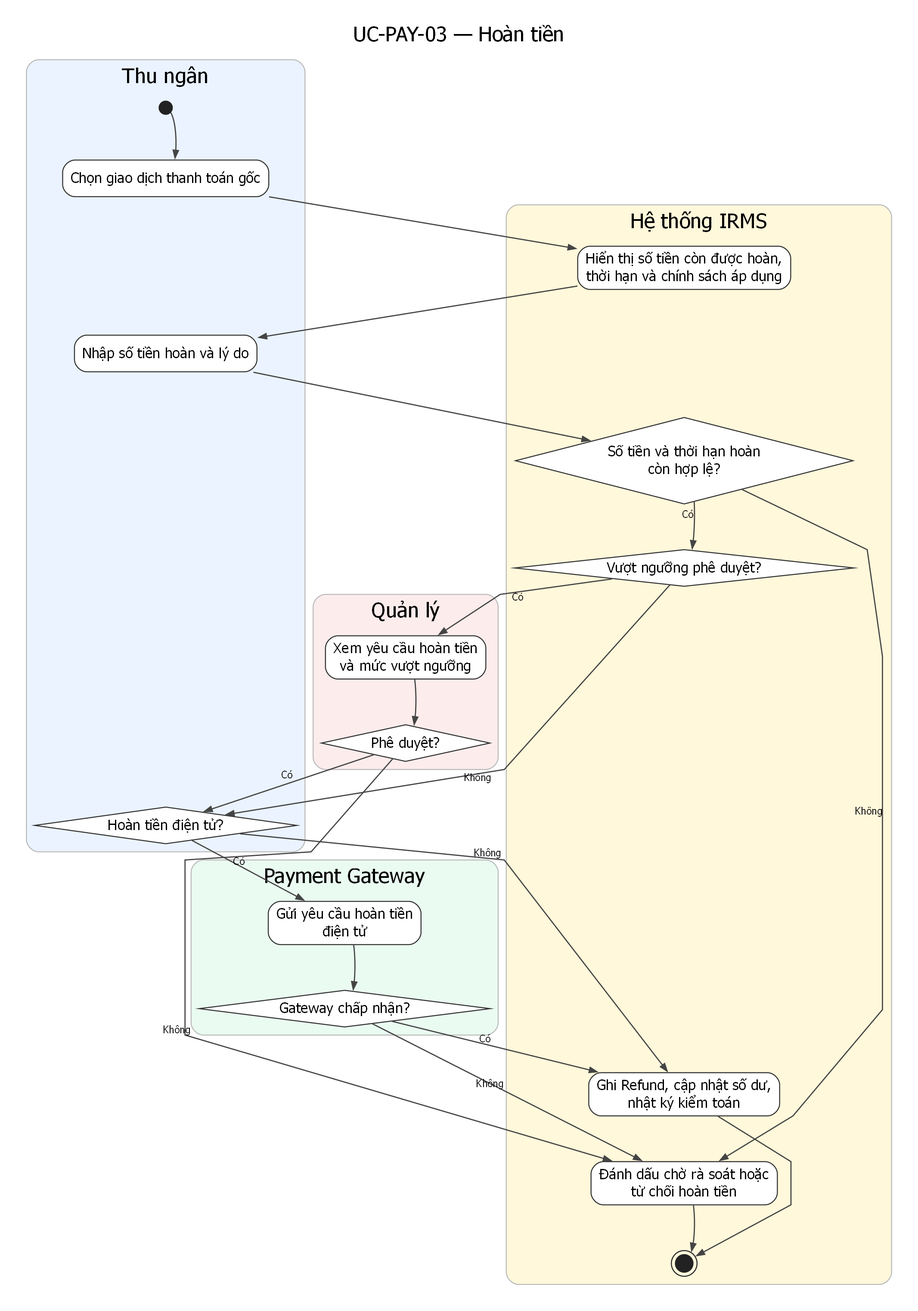
Above: assets/diagrams/rendered/activity/uc-pay-03-refund.png in lehoangluan1/SA_IRMS (Graphviz), before the change. Its source is kept beside it as assets/diagrams/source/activity/uc-pay-03-refund.dot. The source it was exported from:
```dot
digraph G {
  graph [rankdir=TB, newrank=true, splines=polyline, nodesep=0.38, ranksep=0.62, pad=0.25, dpi=170, bgcolor="white", fontname="DejaVu Sans"];
  node [fontname="DejaVu Sans"];
  edge [fontname="DejaVu Sans", fontsize=10, color="#444444", penwidth=1.15, arrowsize=0.75];
  labelloc="t"; labeljust="c"; fontsize=20; fontname="DejaVu Sans"; label="UC-PAY-03 — Hoàn tiền";

  subgraph cluster_l1 {
    style="rounded,filled";
    fillcolor="#EAF3FF"; color="#BBBBBB";
    label="Thu ngân";
    n0 [shape=circle, label="", width=0.18, height=0.18, fixedsize=true, style=filled, fillcolor="#222222", color="#222222"];
    n1 [label="Chọn giao dịch thanh toán gốc", shape=rect, style="rounded,filled", fillcolor="white", color="#333333"];
    n3 [label="Nhập số tiền hoàn và lý do", shape=rect, style="rounded,filled", fillcolor="white", color="#333333"];
    n6 [label="Hoàn tiền điện tử?", shape=diamond, style="filled", fillcolor="white", color="#333333"];
    n0 -> n1 -> n3 -> n6 [style=invis, weight=20];
  }

  subgraph cluster_l2 {
    style="rounded,filled";
    fillcolor="#FFF8DB"; color="#BBBBBB";
    label="Hệ thống IRMS";
    n2 [label="Hiển thị số tiền còn được hoàn,\nthời hạn và chính sách áp dụng", shape=rect, style="rounded,filled", fillcolor="white", color="#333333"];
    n4 [label="Số tiền và thời hạn hoàn\ncòn hợp lệ?", shape=diamond, style="filled", fillcolor="white", color="#333333"];
    n5 [label="Vượt ngưỡng phê duyệt?", shape=diamond, style="filled", fillcolor="white", color="#333333"];
    n11 [label="Ghi Refund, cập nhật số dư,\nnhật ký kiểm toán", shape=rect, style="rounded,filled", fillcolor="white", color="#333333"];
    n12 [label="Đánh dấu chờ rà soát hoặc\ntừ chối hoàn tiền", shape=rect, style="rounded,filled", fillcolor="white", color="#333333"];
    n13 [shape=doublecircle, label="", width=0.24, height=0.24, fixedsize=true, style=filled, fillcolor="#222222", color="#222222"];
    n2 -> n4 -> n5 -> n11 -> n12 -> n13 [style=invis, weight=20];
  }

  subgraph cluster_l3 {
    style="rounded,filled";
    fillcolor="#FDECEC"; color="#BBBBBB";
    label="Quản lý";
    n7 [label="Xem yêu cầu hoàn tiền\nvà mức vượt ngưỡng", shape=rect, style="rounded,filled", fillcolor="white", color="#333333"];
    n8 [label="Phê duyệt?", shape=diamond, style="filled", fillcolor="white", color="#333333"];
    n7 -> n8 [style=invis, weight=20];
  }

  subgraph cluster_l4 {
    style="rounded,filled";
    fillcolor="#EAFBF1"; color="#BBBBBB";
    label="Payment Gateway";
    n9 [label="Gửi yêu cầu hoàn tiền\nđiện tử", shape=rect, style="rounded,filled", fillcolor="white", color="#333333"];
    n10 [label="Gateway chấp nhận?", shape=diamond, style="filled", fillcolor="white", color="#333333"];
    n9 -> n10 [style=invis, weight=20];
  }

  n0 -> n1;
  n1 -> n2;
  n2 -> n3;
  n3 -> n4;
  n4 -> n5 [xlabel="Có"];
  n4 -> n12 [xlabel="Không"];
  n5 -> n7 [xlabel="Có"];
  n5 -> n6 [xlabel="Không"];
  n7 -> n8;
  n8 -> n6 [xlabel="Có"];
  n8 -> n12 [xlabel="Không"];
  n6 -> n9 [xlabel="Có"];
  n6 -> n11 [xlabel="Không"];
  n9 -> n10;
  n10 -> n11 [xlabel="Có"];
  n10 -> n12 [xlabel="Không"];
  n11 -> n13;
  n12 -> n13;
}
```
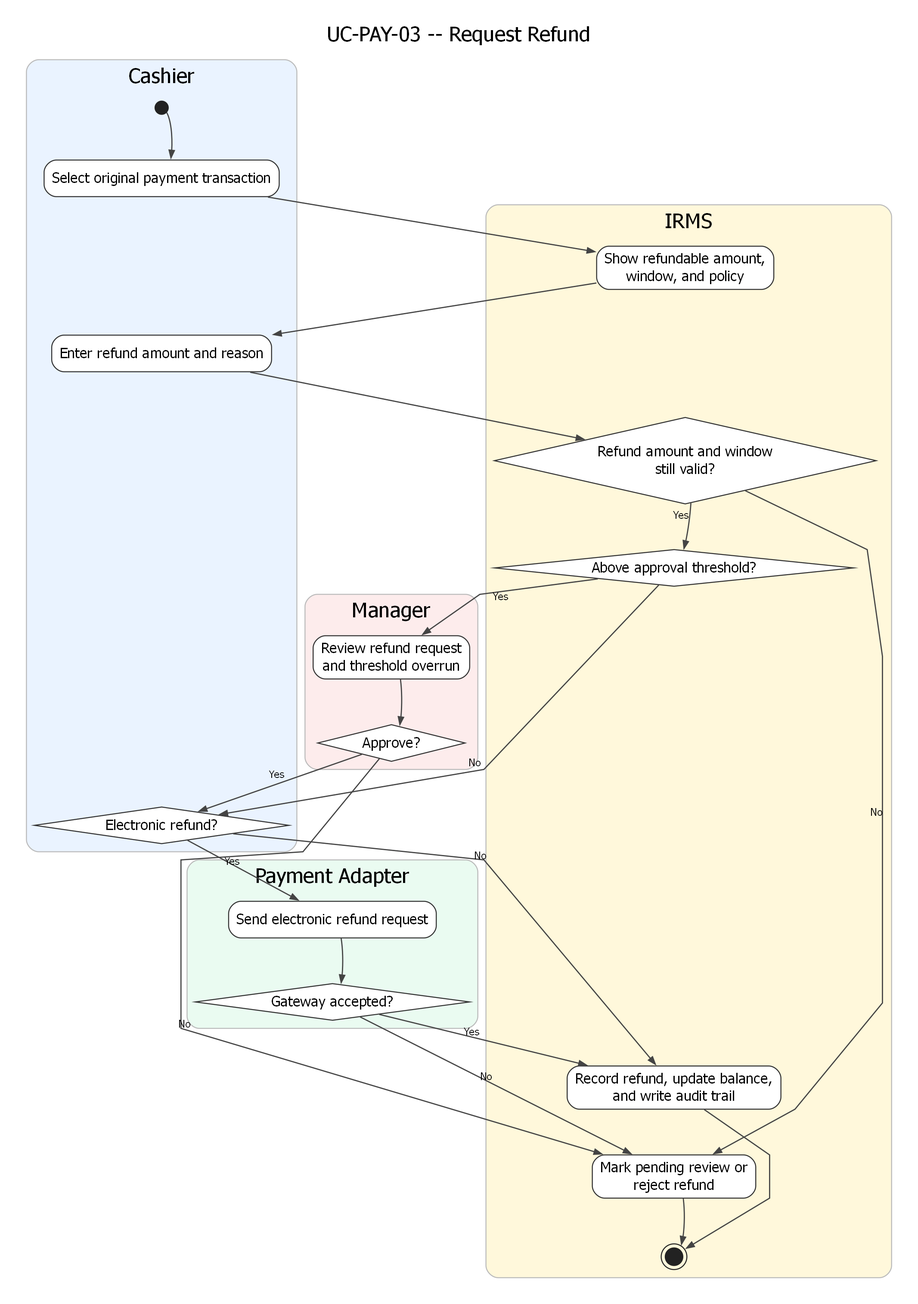
After the commit.

Change to the diagram source:
```diff
@@ -2,28 +2,28 @@
   graph [rankdir=TB, newrank=true, splines=polyline, nodesep=0.38, ranksep=0.62, pad=0.25, dpi=170, bgcolor="white", fontname="DejaVu Sans"];
   node [fontname="DejaVu Sans"];
   edge [fontname="DejaVu Sans", fontsize=10, color="#444444", penwidth=1.15, arrowsize=0.75];
-  labelloc="t"; labeljust="c"; fontsize=20; fontname="DejaVu Sans"; label="UC-PAY-03 — Hoàn tiền";
+  labelloc="t"; labeljust="c"; fontsize=20; fontname="DejaVu Sans"; label="UC-PAY-03 -- Request Refund";
 
   subgraph cluster_l1 {
     style="rounded,filled";
     fillcolor="#EAF3FF"; color="#BBBBBB";
-    label="Thu ngân";
+    label="Cashier";
     n0 [shape=circle, label="", width=0.18, height=0.18, fixedsize=true, style=filled, fillcolor="#222222", color="#222222"];
-    n1 [label="Chọn giao dịch thanh toán gốc", shape=rect, style="rounded,filled", fillcolor="white", color="#333333"];
-    n3 [label="Nhập số tiền hoàn và lý do", shape=rect, style="rounded,filled", fillcolor="white", color="#333333"];
-    n6 [label="Hoàn tiền điện tử?", shape=diamond, style="filled", fillcolor="white", color="#333333"];
+    n1 [label="Select original payment transaction", shape=rect, style="rounded,filled", fillcolor="white", color="#333333"];
+    n3 [label="Enter refund amount and reason", shape=rect, style="rounded,filled", fillcolor="white", color="#333333"];
+    n6 [label="Electronic refund?", shape=diamond, style="filled", fillcolor="white", color="#333333"];
     n0 -> n1 -> n3 -> n6 [style=invis, weight=20];
   }
 
   subgraph cluster_l2 {
     style="rounded,filled";
     fillcolor="#FFF8DB"; color="#BBBBBB";
-    label="Hệ thống IRMS";
-    n2 [label="Hiển thị số tiền còn được hoàn,\nthời hạn và chính sách áp dụng", shape=rect, style="rounded,filled", fillcolor="white", color="#333333"];
-    n4 [label="Số tiền và thời hạn hoàn\ncòn hợp lệ?", shape=diamond, style="filled", fillcolor="white", color="#333333"];
-    n5 [label="Vượt ngưỡng phê duyệt?", shape=diamond, style="filled", fillcolor="white", color="#333333"];
-    n11 [label="Ghi Refund, cập nhật số dư,\nnhật ký kiểm toán", shape=rect, style="rounded,filled", fillcolor="white", color="#333333"];
-    n12 [label="Đánh dấu chờ rà soát hoặc\ntừ chối hoàn tiền", shape=rect, style="rounded,filled", fillcolor="white", color="#333333"];
+    label="IRMS";
+    n2 [label="Show refundable amount,\nwindow, and policy", shape=rect, style="rounded,filled", fillcolor="white", color="#333333"];
+    n4 [label="Refund amount and window\nstill valid?", shape=diamond, style="filled", fillcolor="white", color="#333333"];
+    n5 [label="Above approval threshold?", shape=diamond, style="filled", fillcolor="white", color="#333333"];
+    n11 [label="Record refund, update balance,\nand write audit trail", shape=rect, style="rounded,filled", fillcolor="white", color="#333333"];
+    n12 [label="Mark pending review or\nreject refund", shape=rect, style="rounded,filled", fillcolor="white", color="#333333"];
     n13 [shape=doublecircle, label="", width=0.24, height=0.24, fixedsize=true, style=filled, fillcolor="#222222", color="#222222"];
     n2 -> n4 -> n5 -> n11 -> n12 -> n13 [style=invis, weight=20];
   }
@@ -31,18 +31,18 @@
   subgraph cluster_l3 {
     style="rounded,filled";
     fillcolor="#FDECEC"; color="#BBBBBB";
-    label="Quản lý";
-    n7 [label="Xem yêu cầu hoàn tiền\nvà mức vượt ngưỡng", shape=rect, style="rounded,filled", fillcolor="white", color="#333333"];
-    n8 [label="Phê duyệt?", shape=diamond, style="filled", fillcolor="white", color="#333333"];
+    label="Manager";
+    n7 [label="Review refund request\nand threshold overrun", shape=rect, style="rounded,filled", fillcolor="white", color="#333333"];
+    n8 [label="Approve?", shape=diamond, style="filled", fillcolor="white", color="#333333"];
     n7 -> n8 [style=invis, weight=20];
   }
 
   subgraph cluster_l4 {
     style="rounded,filled";
     fillcolor="#EAFBF1"; color="#BBBBBB";
-    label="Payment Gateway";
-    n9 [label="Gửi yêu cầu hoàn tiền\nđiện tử", shape=rect, style="rounded,filled", fillcolor="white", color="#333333"];
-    n10 [label="Gateway chấp nhận?", shape=diamond, style="filled", fillcolor="white", color="#333333"];
+    label="Payment Adapter";
+    n9 [label="Send electronic refund request", shape=rect, style="rounded,filled", fillcolor="white", color="#333333"];
+    n10 [label="Gateway accepted?", shape=diamond, style="filled", fillcolor="white", color="#333333"];
     n9 -> n10 [style=invis, weight=20];
   }
 
@@ -50,18 +50,18 @@
   n1 -> n2;
   n2 -> n3;
   n3 -> n4;
-  n4 -> n5 [xlabel="Có"];
-  n4 -> n12 [xlabel="Không"];
-  n5 -> n7 [xlabel="Có"];
-  n5 -> n6 [xlabel="Không"];
+  n4 -> n5 [xlabel="Yes"];
+  n4 -> n12 [xlabel="No"];
+  n5 -> n7 [xlabel="Yes"];
+  n5 -> n6 [xlabel="No"];
   n7 -> n8;
-  n8 -> n6 [xlabel="Có"];
-  n8 -> n12 [xlabel="Không"];
-  n6 -> n9 [xlabel="Có"];
-  n6 -> n11 [xlabel="Không"];
+  n8 -> n6 [xlabel="Yes"];
+  n8 -> n12 [xlabel="No"];
+  n6 -> n9 [xlabel="Yes"];
+  n6 -> n11 [xlabel="No"];
   n9 -> n10;
-  n10 -> n11 [xlabel="Có"];
-  n10 -> n12 [xlabel="Không"];
+  n10 -> n11 [xlabel="Yes"];
+  n10 -> n12 [xlabel="No"];
   n11 -> n13;
   n12 -> n13;
 }
```
